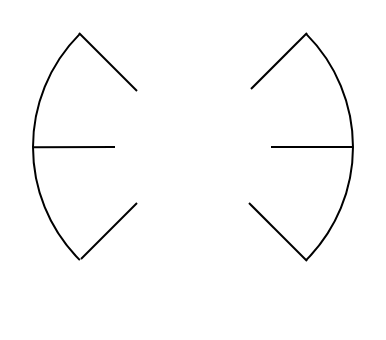
This is Designs/Scale.drawio from CarlosAlmeida4/CarTouchscreenMiniDisplay, a draw.io file, before an edit. Source tidied: cells renumbered, new cells numbered last; positions are measured from the earlier drawing's top-left corner, leaving out a move shared by most shapes. Both pictures are drawn from the tidied source at 200%, with x=0, y=0 at pixel (32, -14).
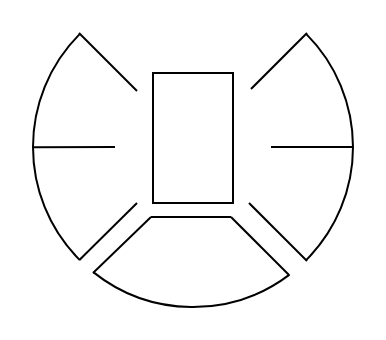
The same diagram, later.

Unchanged cells that the change refers to:
```xml
<mxCell id="3" style="verticalLabelPosition=bottom;verticalAlign=top;html=1;shape=mxgraph.basic.arc;startAngle=0.625;endAngle=0.875;" parent="1" vertex="1">
  <mxGeometry width="160" height="160" as="geometry" />
</mxCell>
```

What changed in the source:
```diff
@@
-    <mxCell id="2" style="endArrow=none;html=1;rounded=0;" parent="1" edge="1">
+    <mxCell id="2" style="endArrow=none;html=1;rounded=0;exitX=0.145;exitY=0.853;exitDx=0;exitDy=0;exitPerimeter=0;" parent="1" edge="1" source="3">
       <mxGeometry relative="1" as="geometry">
-        <mxPoint x="24" y="136" as="sourcePoint" />
         <mxPoint x="52" y="108" as="targetPoint" />
       </mxGeometry>
     </mxCell>
@@
+    <mxCell id="10" style="verticalLabelPosition=bottom;verticalAlign=top;html=1;shape=mxgraph.basic.arc;startAngle=0.39693268081748273;endAngle=0.6071257245804536;" parent="1" vertex="1">
+      <mxGeometry width="160" height="160" as="geometry" />
+    </mxCell>
+    <mxCell id="11" style="endArrow=none;html=1;rounded=0;exitX=0.145;exitY=0.853;exitDx=0;exitDy=0;exitPerimeter=0;" parent="1" edge="1">
+      <mxGeometry relative="1" as="geometry">
+        <mxPoint x="30" y="143" as="sourcePoint" />
+        <mxPoint x="59" y="115" as="targetPoint" />
+      </mxGeometry>
+    </mxCell>
+    <mxCell id="12" style="endArrow=none;html=1;rounded=0;" parent="1" edge="1">
+      <mxGeometry relative="1" as="geometry">
+        <mxPoint x="99" y="115" as="sourcePoint" />
+        <mxPoint x="128" y="144" as="targetPoint" />
+      </mxGeometry>
+    </mxCell>
+    <mxCell id="13" style="endArrow=none;html=1;rounded=0;" parent="1" edge="1">
+      <mxGeometry relative="1" as="geometry">
+        <mxPoint x="59" y="115" as="sourcePoint" />
+        <mxPoint x="99" y="115" as="targetPoint" />
+      </mxGeometry>
+    </mxCell>
+    <mxCell id="14" style="verticalLabelPosition=bottom;verticalAlign=top;html=1;shape=mxgraph.basic.rect;fillColor2=none;strokeWidth=1;size=20;indent=5;" parent="1" vertex="1">
+      <mxGeometry x="60" y="43" width="40" height="65" as="geometry" />
+    </mxCell>
```
